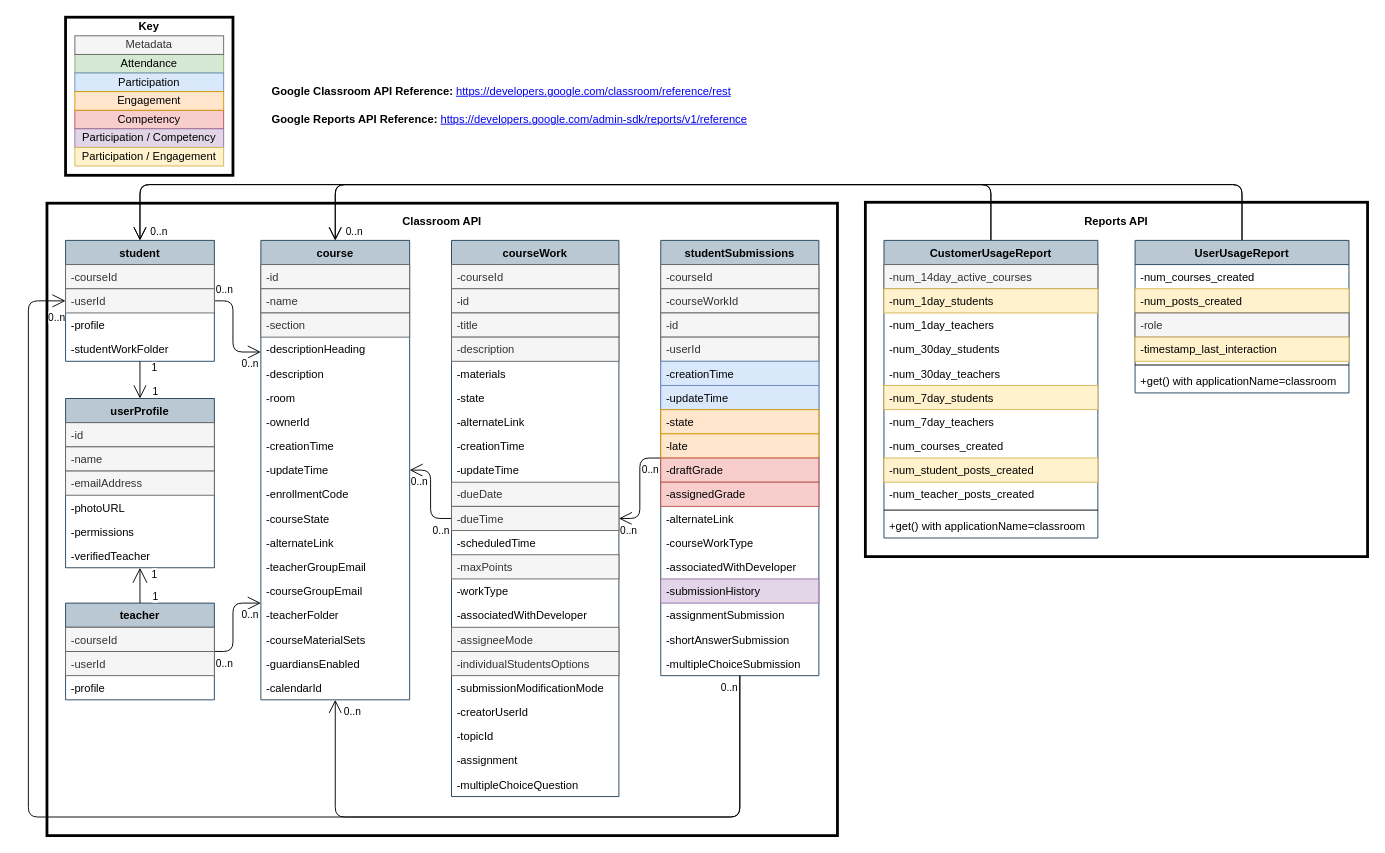
Before: page "Google Classroom API UML" (2 of 5) of uml diagrams/FIZZ-API-UML.drawio in Ed-Fi-Exchange-OSS/LMS-Toolkit, a draw.io diagram. Source tidied: cells renumbered, new cells numbered last; positions are measured from the earlier drawing's top-left corner, leaving out a move shared by most shapes. Both pictures are drawn from the tidied source at 93%, with x=0, y=0 at pixel (28, 17).
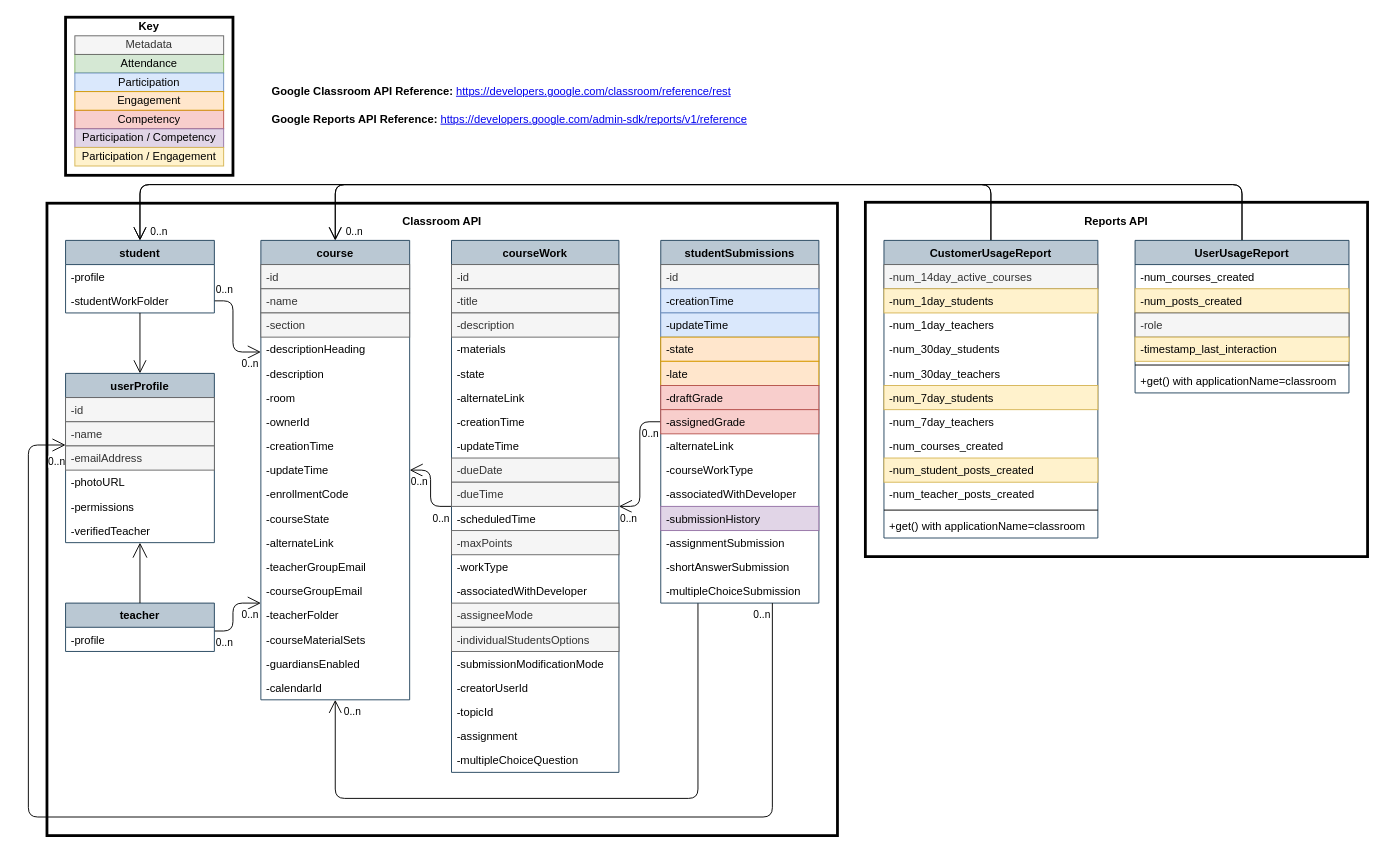
After the change.

Unchanged cells that the change refers to:
```xml
<mxCell id="39" value="course" style="swimlane;fontStyle=1;horizontal=1;startSize=26;align=center;fillColor=#bac8d3;strokeColor=#23445d;" parent="1" vertex="1">
  <mxGeometry x="250" y="240" width="160" height="494" as="geometry" />
</mxCell>
```

Diff of the diagram source:
```diff
@@
     <mxCell id="23" style="endArrow=open;html=1;endSize=12;startArrow=none;startSize=14;startFill=0;edgeStyle=orthogonalEdgeStyle;" parent="1" edge="1" source="81" target="39">
       <mxGeometry relative="1" as="geometry">
         <Array as="points">
-          <mxPoint x="765" y="860" />
-          <mxPoint x="330" y="860" />
+          <mxPoint x="720" y="840" />
+          <mxPoint x="330" y="840" />
         </Array>
       </mxGeometry>
     </mxCell>
@@
     <mxCell id="34" value="student" style="swimlane;fontStyle=1;horizontal=1;startSize=26;align=center;fillColor=#bac8d3;strokeColor=#23445d;" parent="1" vertex="1">
-      <mxGeometry x="40" y="240" width="160" height="130" as="geometry" />
+      <mxGeometry x="40" y="240" width="160" height="78" as="geometry" />
     </mxCell>
-    <mxCell id="35" value="-courseId" style="text;strokeColor=#666666;fillColor=#f5f5f5;align=left;verticalAlign=top;spacingLeft=4;spacingRight=4;overflow=hidden;fontColor=#333333;" parent="34" vertex="1">
-      <mxGeometry y="26" width="160" height="26" as="geometry" />
-    </mxCell>
-    <mxCell id="36" value="-userId" style="text;strokeColor=#666666;fillColor=#f5f5f5;align=left;verticalAlign=top;spacingLeft=4;spacingRight=4;overflow=hidden;fontColor=#333333;" parent="34" vertex="1">
-      <mxGeometry y="52" width="160" height="26" as="geometry" />
-    </mxCell>
     <mxCell id="37" value="-profile" style="text;strokeColor=none;fillColor=none;align=left;verticalAlign=top;spacingLeft=4;spacingRight=4;overflow=hidden;" parent="34" vertex="1">
-      <mxGeometry y="78" width="160" height="26" as="geometry" />
+      <mxGeometry y="26" width="160" height="26" as="geometry" />
     </mxCell>
     <mxCell id="38" value="-studentWorkFolder" style="text;strokeColor=none;fillColor=none;align=left;verticalAlign=top;spacingLeft=4;spacingRight=4;overflow=hidden;" parent="34" vertex="1">
-      <mxGeometry y="104" width="160" height="26" as="geometry" />
+      <mxGeometry y="52" width="160" height="26" as="geometry" />
     </mxCell>
@@
     <mxCell id="58" value="courseWork" style="swimlane;fontStyle=1;horizontal=1;startSize=26;align=center;fillColor=#bac8d3;strokeColor=#23445d;" parent="1" vertex="1">
-      <mxGeometry x="455" y="240" width="180" height="598" as="geometry" />
+      <mxGeometry x="455" y="240" width="180" height="572" as="geometry" />
     </mxCell>
-    <mxCell id="59" value="-courseId" style="text;strokeColor=#666666;fillColor=#f5f5f5;align=left;verticalAlign=top;spacingLeft=4;spacingRight=4;overflow=hidden;fontColor=#333333;" parent="58" vertex="1">
-      <mxGeometry y="26" width="180" height="26" as="geometry" />
-    </mxCell>
     <mxCell id="60" value="-id" style="text;strokeColor=#666666;fillColor=#f5f5f5;align=left;verticalAlign=top;spacingLeft=4;spacingRight=4;overflow=hidden;fontColor=#333333;" parent="58" vertex="1">
-      <mxGeometry y="52" width="180" height="26" as="geometry" />
+      <mxGeometry y="26" width="180" height="26" as="geometry" />
     </mxCell>
     <mxCell id="61" value="-title" style="text;strokeColor=#666666;fillColor=#f5f5f5;align=left;verticalAlign=top;spacingLeft=4;spacingRight=4;overflow=hidden;fontColor=#333333;" parent="58" vertex="1">
-      <mxGeometry y="78" width="180" height="26" as="geometry" />
+      <mxGeometry y="52" width="180" height="26" as="geometry" />
     </mxCell>
     <mxCell id="62" value="-description" style="text;strokeColor=#666666;fillColor=#f5f5f5;align=left;verticalAlign=top;spacingLeft=4;spacingRight=4;overflow=hidden;fontColor=#333333;" parent="58" vertex="1">
-      <mxGeometry y="104" width="180" height="26" as="geometry" />
+      <mxGeometry y="78" width="180" height="26" as="geometry" />
     </mxCell>
     <mxCell id="63" value="-materials" style="text;strokeColor=none;fillColor=none;align=left;verticalAlign=top;spacingLeft=4;spacingRight=4;overflow=hidden;" parent="58" vertex="1">
-      <mxGeometry y="130" width="180" height="26" as="geometry" />
+      <mxGeometry y="104" width="180" height="26" as="geometry" />
     </mxCell>
     <mxCell id="64" value="-state" style="text;strokeColor=none;fillColor=none;align=left;verticalAlign=top;spacingLeft=4;spacingRight=4;overflow=hidden;" parent="58" vertex="1">
-      <mxGeometry y="156" width="180" height="26" as="geometry" />
+      <mxGeometry y="130" width="180" height="26" as="geometry" />
     </mxCell>
     <mxCell id="65" value="-alternateLink" style="text;strokeColor=none;fillColor=none;align=left;verticalAlign=top;spacingLeft=4;spacingRight=4;overflow=hidden;" parent="58" vertex="1">
-      <mxGeometry y="182" width="180" height="26" as="geometry" />
+      <mxGeometry y="156" width="180" height="26" as="geometry" />
     </mxCell>
     <mxCell id="66" value="-creationTime" style="text;strokeColor=none;fillColor=none;align=left;verticalAlign=top;spacingLeft=4;spacingRight=4;overflow=hidden;" parent="58" vertex="1">
-      <mxGeometry y="208" width="180" height="26" as="geometry" />
+      <mxGeometry y="182" width="180" height="26" as="geometry" />
     </mxCell>
     <mxCell id="67" value="-updateTime" style="text;strokeColor=none;fillColor=none;align=left;verticalAlign=top;spacingLeft=4;spacingRight=4;overflow=hidden;" parent="58" vertex="1">
-      <mxGeometry y="234" width="180" height="26" as="geometry" />
+      <mxGeometry y="208" width="180" height="26" as="geometry" />
     </mxCell>
     <mxCell id="68" value="-dueDate" style="text;strokeColor=#666666;fillColor=#f5f5f5;align=left;verticalAlign=top;spacingLeft=4;spacingRight=4;overflow=hidden;fontColor=#333333;" parent="58" vertex="1">
-      <mxGeometry y="260" width="180" height="26" as="geometry" />
+      <mxGeometry y="234" width="180" height="26" as="geometry" />
     </mxCell>
     <mxCell id="69" value="-dueTime" style="text;strokeColor=#666666;fillColor=#f5f5f5;align=left;verticalAlign=top;spacingLeft=4;spacingRight=4;overflow=hidden;fontColor=#333333;" parent="58" vertex="1">
-      <mxGeometry y="286" width="180" height="26" as="geometry" />
+      <mxGeometry y="260" width="180" height="26" as="geometry" />
     </mxCell>
     <mxCell id="70" value="-scheduledTime" style="text;strokeColor=none;fillColor=none;align=left;verticalAlign=top;spacingLeft=4;spacingRight=4;overflow=hidden;" parent="58" vertex="1">
-      <mxGeometry y="312" width="180" height="26" as="geometry" />
+      <mxGeometry y="286" width="180" height="26" as="geometry" />
     </mxCell>
     <mxCell id="71" value="-maxPoints" style="text;strokeColor=#666666;fillColor=#f5f5f5;align=left;verticalAlign=top;spacingLeft=4;spacingRight=4;overflow=hidden;fontColor=#333333;" parent="58" vertex="1">
-      <mxGeometry y="338" width="180" height="26" as="geometry" />
+      <mxGeometry y="312" width="180" height="26" as="geometry" />
     </mxCell>
     <mxCell id="72" value="-workType" style="text;strokeColor=none;fillColor=none;align=left;verticalAlign=top;spacingLeft=4;spacingRight=4;overflow=hidden;" parent="58" vertex="1">
-      <mxGeometry y="364" width="180" height="26" as="geometry" />
+      <mxGeometry y="338" width="180" height="26" as="geometry" />
     </mxCell>
     <mxCell id="73" value="-associatedWithDeveloper" style="text;strokeColor=none;fillColor=none;align=left;verticalAlign=top;spacingLeft=4;spacingRight=4;overflow=hidden;" parent="58" vertex="1">
-      <mxGeometry y="390" width="180" height="26" as="geometry" />
+      <mxGeometry y="364" width="180" height="26" as="geometry" />
     </mxCell>
     <mxCell id="74" value="-assigneeMode" style="text;strokeColor=#666666;fillColor=#f5f5f5;align=left;verticalAlign=top;spacingLeft=4;spacingRight=4;overflow=hidden;fontColor=#333333;" parent="58" vertex="1">
-      <mxGeometry y="416" width="180" height="26" as="geometry" />
+      <mxGeometry y="390" width="180" height="26" as="geometry" />
     </mxCell>
     <mxCell id="75" value="-individualStudentsOptions" style="text;strokeColor=#666666;fillColor=#f5f5f5;align=left;verticalAlign=top;spacingLeft=4;spacingRight=4;overflow=hidden;fontColor=#333333;" parent="58" vertex="1">
-      <mxGeometry y="442" width="180" height="26" as="geometry" />
+      <mxGeometry y="416" width="180" height="26" as="geometry" />
     </mxCell>
     <mxCell id="76" value="-submissionModificationMode" style="text;strokeColor=none;fillColor=none;align=left;verticalAlign=top;spacingLeft=4;spacingRight=4;overflow=hidden;" parent="58" vertex="1">
-      <mxGeometry y="468" width="180" height="26" as="geometry" />
+      <mxGeometry y="442" width="180" height="26" as="geometry" />
     </mxCell>
     <mxCell id="77" value="-creatorUserId" style="text;strokeColor=none;fillColor=none;align=left;verticalAlign=top;spacingLeft=4;spacingRight=4;overflow=hidden;" parent="58" vertex="1">
-      <mxGeometry y="494" width="180" height="26" as="geometry" />
+      <mxGeometry y="468" width="180" height="26" as="geometry" />
     </mxCell>
     <mxCell id="78" value="-topicId" style="text;strokeColor=none;fillColor=none;align=left;verticalAlign=top;spacingLeft=4;spacingRight=4;overflow=hidden;" parent="58" vertex="1">
-      <mxGeometry y="520" width="180" height="26" as="geometry" />
+      <mxGeometry y="494" width="180" height="26" as="geometry" />
     </mxCell>
     <mxCell id="79" value="-assignment" style="text;strokeColor=none;fillColor=none;align=left;verticalAlign=top;spacingLeft=4;spacingRight=4;overflow=hidden;" parent="58" vertex="1">
-      <mxGeometry y="546" width="180" height="26" as="geometry" />
+      <mxGeometry y="520" width="180" height="26" as="geometry" />
     </mxCell>
     <mxCell id="80" value="-multipleChoiceQuestion" style="text;strokeColor=none;fillColor=none;align=left;verticalAlign=top;spacingLeft=4;spacingRight=4;overflow=hidden;" parent="58" vertex="1">
-      <mxGeometry y="572" width="180" height="26" as="geometry" />
+      <mxGeometry y="546" width="180" height="26" as="geometry" />
     </mxCell>
     <mxCell id="81" value="studentSubmissions" style="swimlane;fontStyle=1;horizontal=1;startSize=26;align=center;fillColor=#bac8d3;strokeColor=#23445d;" parent="1" vertex="1">
-      <mxGeometry x="680" y="240" width="170" height="468" as="geometry" />
+      <mxGeometry x="680" y="240" width="170" height="390" as="geometry" />
     </mxCell>
-    <mxCell id="82" value="-courseId" style="text;strokeColor=#666666;fillColor=#f5f5f5;align=left;verticalAlign=top;spacingLeft=4;spacingRight=4;overflow=hidden;fontColor=#333333;" parent="81" vertex="1">
-      <mxGeometry y="26" width="170" height="26" as="geometry" />
-    </mxCell>
-    <mxCell id="83" value="-courseWorkId" style="text;strokeColor=#666666;fillColor=#f5f5f5;align=left;verticalAlign=top;spacingLeft=4;spacingRight=4;overflow=hidden;fontColor=#333333;" parent="81" vertex="1">
-      <mxGeometry y="52" width="170" height="26" as="geometry" />
-    </mxCell>
     <mxCell id="84" value="-id" style="text;strokeColor=#666666;fillColor=#f5f5f5;align=left;verticalAlign=top;spacingLeft=4;spacingRight=4;overflow=hidden;fontColor=#333333;" parent="81" vertex="1">
-      <mxGeometry y="78" width="170" height="26" as="geometry" />
+      <mxGeometry y="26" width="170" height="26" as="geometry" />
     </mxCell>
-    <mxCell id="85" value="-userId" style="text;strokeColor=#666666;fillColor=#f5f5f5;align=left;verticalAlign=top;spacingLeft=4;spacingRight=4;overflow=hidden;fontColor=#333333;" parent="81" vertex="1">
-      <mxGeometry y="104" width="170" height="26" as="geometry" />
-    </mxCell>
     <mxCell id="86" value="-creationTime" style="text;strokeColor=#6c8ebf;fillColor=#dae8fc;align=left;verticalAlign=top;spacingLeft=4;spacingRight=4;overflow=hidden;" parent="81" vertex="1">
-      <mxGeometry y="130" width="170" height="26" as="geometry" />
+      <mxGeometry y="52" width="170" height="26" as="geometry" />
     </mxCell>
     <mxCell id="87" value="-updateTime" style="text;strokeColor=#6c8ebf;fillColor=#dae8fc;align=left;verticalAlign=top;spacingLeft=4;spacingRight=4;overflow=hidden;" parent="81" vertex="1">
-      <mxGeometry y="156" width="170" height="26" as="geometry" />
+      <mxGeometry y="78" width="170" height="26" as="geometry" />
     </mxCell>
     <mxCell id="88" value="-state" style="text;strokeColor=#d79b00;fillColor=#ffe6cc;align=left;verticalAlign=top;spacingLeft=4;spacingRight=4;overflow=hidden;" parent="81" vertex="1">
-      <mxGeometry y="182" width="170" height="26" as="geometry" />
+      <mxGeometry y="104" width="170" height="26" as="geometry" />
     </mxCell>
     <mxCell id="89" value="-late" style="text;strokeColor=#d79b00;fillColor=#ffe6cc;align=left;verticalAlign=top;spacingLeft=4;spacingRight=4;overflow=hidden;" parent="81" vertex="1">
-      <mxGeometry y="208" width="170" height="26" as="geometry" />
+      <mxGeometry y="130" width="170" height="26" as="geometry" />
     </mxCell>
     <mxCell id="90" value="-draftGrade" style="text;strokeColor=#b85450;fillColor=#f8cecc;align=left;verticalAlign=top;spacingLeft=4;spacingRight=4;overflow=hidden;" parent="81" vertex="1">
-      <mxGeometry y="234" width="170" height="26" as="geometry" />
+      <mxGeometry y="156" width="170" height="26" as="geometry" />
     </mxCell>
     <mxCell id="91" value="-assignedGrade" style="text;strokeColor=#b85450;fillColor=#f8cecc;align=left;verticalAlign=top;spacingLeft=4;spacingRight=4;overflow=hidden;" parent="81" vertex="1">
-      <mxGeometry y="260" width="170" height="26" as="geometry" />
+      <mxGeometry y="182" width="170" height="26" as="geometry" />
     </mxCell>
     <mxCell id="92" value="-alternateLink" style="text;strokeColor=none;fillColor=none;align=left;verticalAlign=top;spacingLeft=4;spacingRight=4;overflow=hidden;" parent="81" vertex="1">
-      <mxGeometry y="286" width="170" height="26" as="geometry" />
+      <mxGeometry y="208" width="170" height="26" as="geometry" />
     </mxCell>
     <mxCell id="93" value="-courseWorkType" style="text;strokeColor=none;fillColor=none;align=left;verticalAlign=top;spacingLeft=4;spacingRight=4;overflow=hidden;" parent="81" vertex="1">
-      <mxGeometry y="312" width="170" height="26" as="geometry" />
+      <mxGeometry y="234" width="170" height="26" as="geometry" />
     </mxCell>
     <mxCell id="94" value="-associatedWithDeveloper" style="text;strokeColor=none;fillColor=none;align=left;verticalAlign=top;spacingLeft=4;spacingRight=4;overflow=hidden;" parent="81" vertex="1">
-      <mxGeometry y="338" width="170" height="26" as="geometry" />
+      <mxGeometry y="260" width="170" height="26" as="geometry" />
     </mxCell>
     <mxCell id="95" value="-submissionHistory" style="text;strokeColor=#9673a6;fillColor=#e1d5e7;align=left;verticalAlign=top;spacingLeft=4;spacingRight=4;overflow=hidden;" parent="81" vertex="1">
-      <mxGeometry y="364" width="170" height="26" as="geometry" />
+      <mxGeometry y="286" width="170" height="26" as="geometry" />
     </mxCell>
     <mxCell id="96" value="-assignmentSubmission" style="text;strokeColor=none;fillColor=none;align=left;verticalAlign=top;spacingLeft=4;spacingRight=4;overflow=hidden;" parent="81" vertex="1">
-      <mxGeometry y="390" width="170" height="26" as="geometry" />
+      <mxGeometry y="312" width="170" height="26" as="geometry" />
     </mxCell>
     <mxCell id="97" value="-shortAnswerSubmission" style="text;strokeColor=none;fillColor=none;align=left;verticalAlign=top;spacingLeft=4;spacingRight=4;overflow=hidden;" parent="81" vertex="1">
-      <mxGeometry y="416" width="170" height="26" as="geometry" />
+      <mxGeometry y="338" width="170" height="26" as="geometry" />
     </mxCell>
     <mxCell id="98" value="-multipleChoiceSubmission" style="text;strokeColor=none;fillColor=none;align=left;verticalAlign=top;spacingLeft=4;spacingRight=4;overflow=hidden;" parent="81" vertex="1">
-      <mxGeometry y="442" width="170" height="26" as="geometry" />
+      <mxGeometry y="364" width="170" height="26" as="geometry" />
     </mxCell>
@@
     <mxCell id="119" style="endArrow=open;html=1;endSize=12;startArrow=none;startSize=14;startFill=0;edgeStyle=orthogonalEdgeStyle;" parent="1" edge="1" source="132" target="39">
       <mxGeometry relative="1" as="geometry">
         <Array as="points">
-          <mxPoint x="220" y="682" />
+          <mxPoint x="220" y="660" />
           <mxPoint x="220" y="630" />
         </Array>
       </mxGeometry>
     </mxCell>
@@
-    <mxCell id="122" style="endArrow=open;html=1;endSize=12;startArrow=none;startSize=14;startFill=0;edgeStyle=orthogonalEdgeStyle;" parent="1" edge="1" source="81" target="34">
+    <mxCell id="122" style="endArrow=open;html=1;endSize=12;startArrow=none;startSize=14;startFill=0;edgeStyle=orthogonalEdgeStyle;" parent="1" edge="1" source="81" target="125">
       <mxGeometry relative="1" as="geometry">
         <Array as="points">
-          <mxPoint x="765" y="860" />
+          <mxPoint x="800" y="860" />
           <mxPoint y="860" />
-          <mxPoint y="305" />
+          <mxPoint y="460" />
         </Array>
       </mxGeometry>
     </mxCell>
@@
+    <mxCell id="132" value="teacher" style="swimlane;fontStyle=1;horizontal=1;startSize=26;align=center;fillColor=#bac8d3;strokeColor=#23445d;" parent="1" vertex="1">
+      <mxGeometry x="40" y="630" width="160" height="52" as="geometry" />
+    </mxCell>
+    <mxCell id="135" value="-profile" style="text;strokeColor=none;fillColor=none;align=left;verticalAlign=top;spacingLeft=4;spacingRight=4;overflow=hidden;" parent="132" vertex="1">
+      <mxGeometry y="26" width="160" height="26" as="geometry" />
+    </mxCell>
+    <mxCell id="136" style="endArrow=none;html=1;endSize=12;startArrow=open;startSize=14;startFill=0;edgeStyle=orthogonalEdgeStyle;endFill=0;" parent="1" edge="1" source="125" target="132">
+      <mxGeometry relative="1" as="geometry">
+        <Array as="points">
+          <mxPoint x="120" y="660" />
+          <mxPoint x="120" y="660" />
+        </Array>
+      </mxGeometry>
+    </mxCell>
+    <mxCell id="139" style="endArrow=open;html=1;endSize=12;startArrow=none;startSize=14;startFill=0;edgeStyle=orthogonalEdgeStyle;" parent="1" edge="1" source="34" target="125">
+      <mxGeometry relative="1" as="geometry" />
+    </mxCell>
     <mxCell id="125" value="userProfile" style="swimlane;fontStyle=1;horizontal=1;startSize=26;align=center;fillColor=#bac8d3;strokeColor=#23445d;" parent="1" vertex="1">
-      <mxGeometry x="40" y="410" width="160" height="182" as="geometry" />
+      <mxGeometry x="40" y="383" width="160" height="182" as="geometry" />
     </mxCell>
@@
-    <mxCell id="132" value="teacher" style="swimlane;fontStyle=1;horizontal=1;startSize=26;align=center;fillColor=#bac8d3;strokeColor=#23445d;" parent="1" vertex="1">
-      <mxGeometry x="40" y="630" width="160" height="104" as="geometry" />
-    </mxCell>
-    <mxCell id="133" value="-courseId" style="text;strokeColor=#666666;fillColor=#f5f5f5;align=left;verticalAlign=top;spacingLeft=4;spacingRight=4;overflow=hidden;fontColor=#333333;" parent="132" vertex="1">
-      <mxGeometry y="26" width="160" height="26" as="geometry" />
-    </mxCell>
-    <mxCell id="134" value="-userId" style="text;strokeColor=#666666;fillColor=#f5f5f5;align=left;verticalAlign=top;spacingLeft=4;spacingRight=4;overflow=hidden;fontColor=#333333;" parent="132" vertex="1">
-      <mxGeometry y="52" width="160" height="26" as="geometry" />
-    </mxCell>
-    <mxCell id="135" value="-profile" style="text;strokeColor=none;fillColor=none;align=left;verticalAlign=top;spacingLeft=4;spacingRight=4;overflow=hidden;" parent="132" vertex="1">
-      <mxGeometry y="78" width="160" height="26" as="geometry" />
-    </mxCell>
-    <mxCell id="136" style="endArrow=none;html=1;endSize=12;startArrow=open;startSize=14;startFill=0;edgeStyle=orthogonalEdgeStyle;endFill=0;" parent="1" edge="1" source="125" target="132">
-      <mxGeometry relative="1" as="geometry">
-        <Array as="points">
-          <mxPoint x="120" y="660" />
-          <mxPoint x="120" y="660" />
-        </Array>
-      </mxGeometry>
-    </mxCell>
-    <mxCell id="137" value="1" style="edgeLabel;html=1;align=left;verticalAlign=top;" parent="136" vertex="1">
-      <mxGeometry x="-1" relative="1" as="geometry">
-        <mxPoint x="11" y="-6" as="offset" />
-      </mxGeometry>
-    </mxCell>
-    <mxCell id="138" value="1" style="edgeLabel;html=1;align=right;verticalAlign=top;" parent="136" vertex="1">
-      <mxGeometry x="1" relative="1" as="geometry">
-        <mxPoint x="20" y="-20" as="offset" />
-      </mxGeometry>
-    </mxCell>
-    <mxCell id="139" style="endArrow=open;html=1;endSize=12;startArrow=none;startSize=14;startFill=0;edgeStyle=orthogonalEdgeStyle;" parent="1" edge="1" source="34" target="125">
-      <mxGeometry relative="1" as="geometry" />
-    </mxCell>
-    <mxCell id="140" value="1" style="edgeLabel;html=1;align=left;verticalAlign=top;" parent="139" vertex="1">
-      <mxGeometry x="-1" relative="1" as="geometry">
-        <mxPoint x="11" y="-6" as="offset" />
-      </mxGeometry>
-    </mxCell>
-    <mxCell id="141" value="1" style="edgeLabel;html=1;align=right;verticalAlign=top;" parent="139" vertex="1">
-      <mxGeometry x="1" relative="1" as="geometry">
-        <mxPoint x="20" y="-20" as="offset" />
-      </mxGeometry>
-    </mxCell>
```
